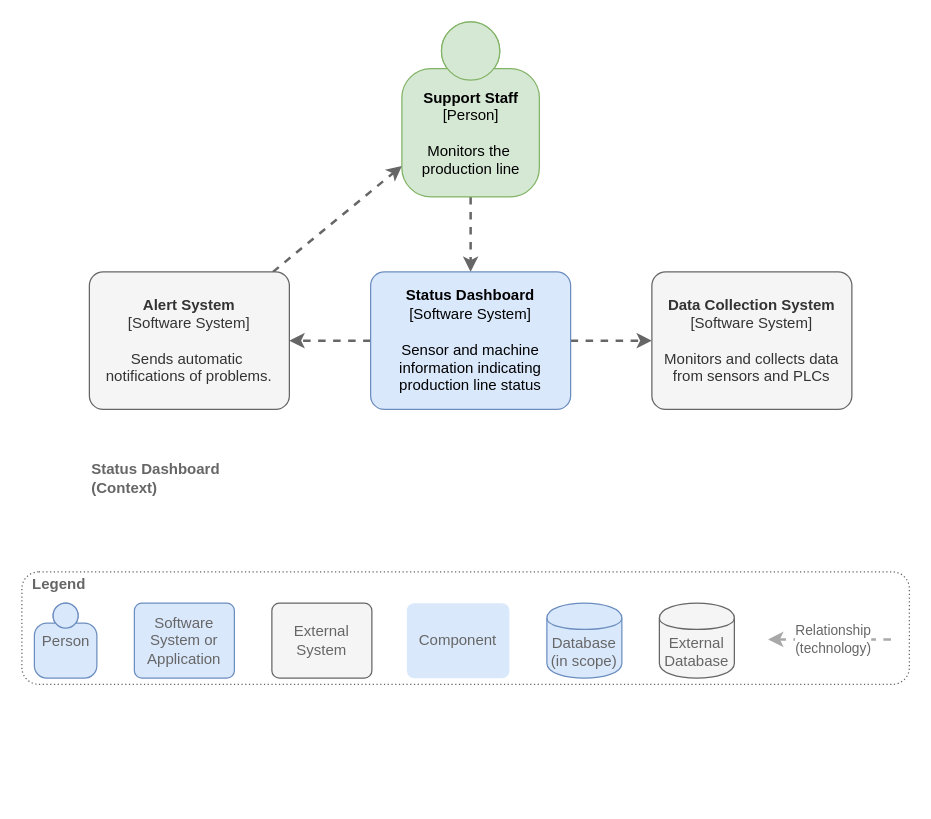
Above: page "C4 Context" (1 of 4) of blog/C4.drawio in jgraph/drawio-diagrams (draw.io), before the change. Source tidied: cells renumbered, new cells numbered last; positions are measured from the earlier drawing's top-left corner, leaving out a move shared by most shapes. Both pictures are drawn from the tidied source at 125%, with x=0, y=0 at pixel (21, 21).
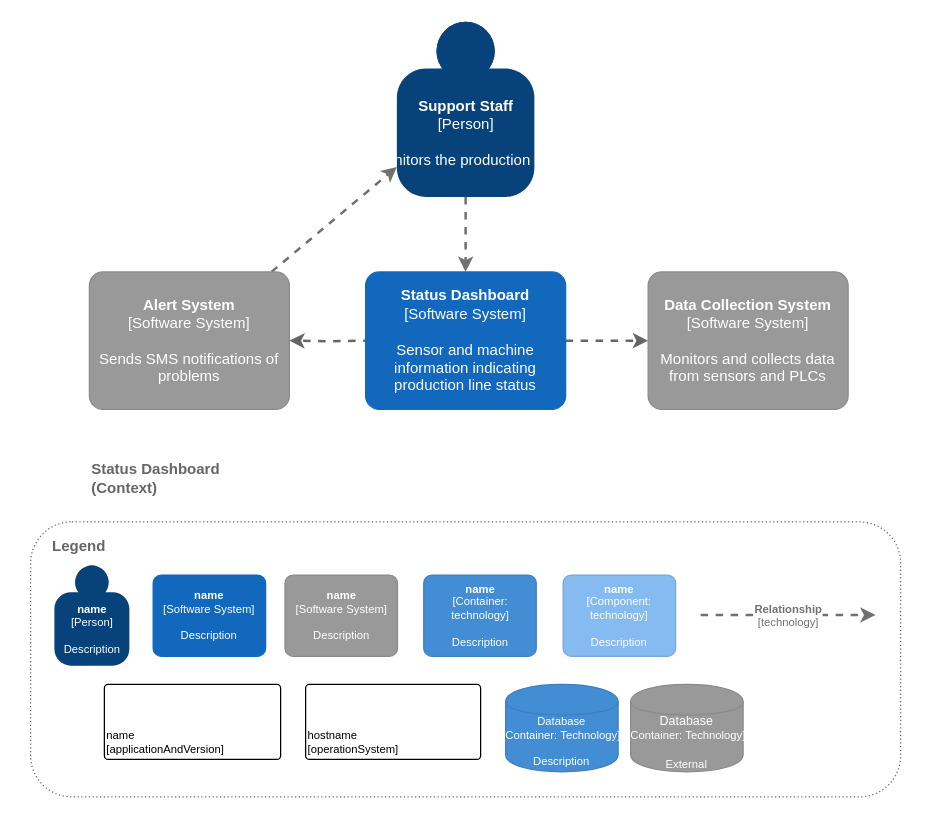
The same diagram, later.

Diff of the diagram source:
```diff
@@
+    <mxCell id="4" style="edgeStyle=orthogonalEdgeStyle;rounded=0;jettySize=auto;html=1;dashed=1;strokeWidth=2;fillColor=#f5f5f5;strokeColor=#666666;" parent="1" edge="1" target="22">
+      <mxGeometry relative="1" as="geometry">
+        <mxPoint x="279" y="255" as="sourcePoint" />
+      </mxGeometry>
+    </mxCell>
+    <mxCell id="5" style="edgeStyle=none;rounded=0;jettySize=auto;html=1;dashed=1;strokeColor=#666666;strokeWidth=2;fillColor=#f5f5f5;" parent="1" edge="1" source="6" target="9">
+      <mxGeometry relative="1" as="geometry" />
+    </mxCell>
+    <mxCell id="21" style="edgeStyle=none;rounded=0;jettySize=auto;html=1;dashed=1;strokeColor=#707070;strokeWidth=2;fontColor=#707070;" parent="1" edge="1" source="22" target="3">
+      <mxGeometry relative="1" as="geometry" />
+    </mxCell>
+    <mxCell id="10" value="&lt;b&gt;Status Dashboard&lt;br&gt;(Context)&lt;/b&gt;" style="text;html=1;align=left;verticalAlign=middle;fontColor=#666666;" parent="1" vertex="1">
+      <mxGeometry x="54" y="350" width="120" height="30" as="geometry" />
+    </mxCell>
-    <mxCell id="2" style="edgeStyle=orthogonalEdgeStyle;rounded=0;jettySize=auto;html=1;dashed=1;strokeColor=#666666;strokeWidth=2;fillColor=#f5f5f5;" parent="1" edge="1" source="3" target="6">
+    <mxCell id="2" style="edgeStyle=none;rounded=0;jettySize=auto;html=1;dashed=1;strokeColor=#707070;strokeWidth=2;fontColor=#707070;" parent="1" edge="1" source="3" target="6">
       <mxGeometry relative="1" as="geometry" />
     </mxCell>
-    <mxCell id="3" value="&lt;b&gt;Support Staff&lt;/b&gt;&lt;br&gt;&lt;div&gt;[Person]&lt;/div&gt;&lt;br&gt;&lt;div&gt;Monitors the&amp;nbsp;&lt;/div&gt;&lt;div&gt;production line&lt;/div&gt;" style="html=1;dashed=0;whitespace=wrap;fillColor=#d5e8d4;strokeColor=#82b366;shape=mxgraph.c4.person;align=center;points=[[0.5,0,0],[1,0.5,0],[1,0.75,0],[0.75,1,0],[0.5,1,0],[0.25,1,0],[0,0.75,0],[0,0.5,0]];" parent="1" vertex="1">
-      <mxGeometry x="304" width="110" height="140" as="geometry" />
-    </mxCell>
+    <object id="3" label="&lt;b&gt;%c4Name%&lt;/b&gt;&lt;div&gt;[%c4Type%]&lt;/div&gt;&lt;br&gt;&lt;div&gt;%c4Description%&lt;/div&gt;" c4Description="Monitors the production line" c4Name="Support Staff" c4Type="Person" placeholders="1">
+      <mxCell style="html=1;dashed=0;whitespace=wrap;fillColor=#08427b;strokeColor=none;fontColor=#ffffff;shape=mxgraph.c4.person;align=center;points=[[0.5,0,0],[1,0.5,0],[1,0.75,0],[0.75,1,0],[0.5,1,0],[0.25,1,0],[0,0.75,0],[0,0.5,0]];metaData={&quot;c4Type&quot;:{&quot;editable&quot;:false}};" parent="1" vertex="1">
+        <mxGeometry x="300" width="110" height="140" as="geometry" />
+      </mxCell>
+    </object>
-    <mxCell id="4" style="edgeStyle=orthogonalEdgeStyle;rounded=0;jettySize=auto;html=1;dashed=1;strokeWidth=2;fillColor=#f5f5f5;strokeColor=#666666;" parent="1" edge="1" source="6" target="8">
-      <mxGeometry relative="1" as="geometry" />
-    </mxCell>
-    <mxCell id="5" style="edgeStyle=none;rounded=0;jettySize=auto;html=1;dashed=1;strokeColor=#666666;strokeWidth=2;fillColor=#f5f5f5;" parent="1" edge="1" source="6" target="9">
-      <mxGeometry relative="1" as="geometry" />
-    </mxCell>
+    <object id="22" label="&lt;b&gt;%c4Name%&lt;/b&gt;&lt;div&gt;[%c4Type%]&lt;/div&gt;&lt;br&gt;&lt;div&gt;%c4Description%&lt;/div&gt;" c4Description="Sends SMS notifications of problems" c4Name="Alert System" c4Type="Software System" placeholders="1">
+      <mxCell style="rounded=1;whiteSpace=wrap;html=1;labelBackgroundColor=none;fillColor=#999999;fontColor=#ffffff;align=center;arcSize=10;strokeColor=#8A8A8A;metaData={&quot;c4Type&quot;:{&quot;editable&quot;:false}};points=[[0.25,0,0],[0.5,0,0],[0.75,0,0],[1,0.25,0],[1,0.5,0],[1,0.75,0],[0.75,1,0],[0.5,1,0],[0.25,1,0],[0,0.75,0],[0,0.5,0],[0,0.25,0]];" parent="1" vertex="1">
+        <mxGeometry x="54" y="200" width="160" height="110" as="geometry" />
+      </mxCell>
+    </object>
-    <mxCell id="6" value="&lt;b&gt;Status Dashboard&lt;/b&gt;&lt;div&gt;[Software System]&lt;/div&gt;&lt;br&gt;&lt;div&gt;Sensor and machine information indicating production line status&lt;/div&gt;" style="rounded=1;whiteSpace=wrap;html=1;labelBackgroundColor=none;fillColor=#dae8fc;align=center;arcSize=10;strokeColor=#6c8ebf;points=[[0.25,0,0],[0.5,0,0],[0.75,0,0],[1,0.25,0],[1,0.5,0],[1,0.75,0],[0.75,1,0],[0.5,1,0],[0.25,1,0],[0,0.75,0],[0,0.5,0],[0,0.25,0]];" parent="1" vertex="1">
-      <mxGeometry x="279" y="200" width="160" height="110" as="geometry" />
-    </mxCell>
+    <object id="6" label="&lt;b&gt;%c4Name%&lt;/b&gt;&lt;div&gt;[%c4Type%]&lt;/div&gt;&lt;br&gt;&lt;div&gt;%c4Description%&lt;/div&gt;" c4Description="Sensor and machine information indicating production line status" c4Name="Status Dashboard" c4Type="Software System" placeholders="1">
+      <mxCell style="rounded=1;whiteSpace=wrap;html=1;labelBackgroundColor=none;fillColor=#1168BD;fontColor=#ffffff;align=center;arcSize=10;strokeColor=#1168BD;metaData={&quot;c4Type&quot;:{&quot;editable&quot;:false}};points=[[0.25,0,0],[0.5,0,0],[0.75,0,0],[1,0.25,0],[1,0.5,0],[1,0.75,0],[0.75,1,0],[0.5,1,0],[0.25,1,0],[0,0.75,0],[0,0.5,0],[0,0.25,0]];" parent="1" vertex="1">
+        <mxGeometry x="275" y="200" width="160" height="110" as="geometry" />
+      </mxCell>
+    </object>
-    <mxCell id="7" style="rounded=0;jettySize=auto;html=1;dashed=1;strokeColor=#666666;strokeWidth=2;fillColor=#f5f5f5;" parent="1" edge="1" source="8" target="3">
-      <mxGeometry relative="1" as="geometry" />
-    </mxCell>
-    <mxCell id="8" value="&lt;b&gt;Alert System&lt;/b&gt;&lt;div&gt;[Software System]&lt;/div&gt;&lt;br&gt;&lt;div&gt;Sends automatic&amp;nbsp;&lt;/div&gt;&lt;div&gt;notifications of problems.&lt;/div&gt;" style="rounded=1;whiteSpace=wrap;html=1;labelBackgroundColor=none;fillColor=#f5f5f5;fontColor=#333333;align=center;arcSize=10;strokeColor=#666666;points=[[0.25,0,0],[0.5,0,0],[0.75,0,0],[1,0.25,0],[1,0.5,0],[1,0.75,0],[0.75,1,0],[0.5,1,0],[0.25,1,0],[0,0.75,0],[0,0.5,0],[0,0.25,0]];" parent="1" vertex="1">
-      <mxGeometry x="54" y="200" width="160" height="110" as="geometry" />
-    </mxCell>
-    <mxCell id="9" value="&lt;b&gt;Data Collection System&lt;/b&gt;&lt;br&gt;&lt;div&gt;[Software System]&lt;/div&gt;&lt;br&gt;&lt;div&gt;Monitors and collects data from sensors and PLCs&lt;/div&gt;" style="rounded=1;whiteSpace=wrap;html=1;labelBackgroundColor=none;fillColor=#f5f5f5;fontColor=#333333;align=center;arcSize=10;strokeColor=#666666;points=[[0.25,0,0],[0.5,0,0],[0.75,0,0],[1,0.25,0],[1,0.5,0],[1,0.75,0],[0.75,1,0],[0.5,1,0],[0.25,1,0],[0,0.75,0],[0,0.5,0],[0,0.25,0]];" parent="1" vertex="1">
-      <mxGeometry x="504" y="200" width="160" height="110" as="geometry" />
-    </mxCell>
+    <object id="9" label="&lt;b&gt;%c4Name%&lt;/b&gt;&lt;div&gt;[%c4Type%]&lt;/div&gt;&lt;br&gt;&lt;div&gt;%c4Description%&lt;/div&gt;" c4Description="Monitors and collects data from sensors and PLCs" c4Name="Data Collection System" c4Type="Software System" placeholders="1">
+      <mxCell style="rounded=1;whiteSpace=wrap;html=1;labelBackgroundColor=none;fillColor=#999999;fontColor=#ffffff;align=center;arcSize=10;strokeColor=#8A8A8A;metaData={&quot;c4Type&quot;:{&quot;editable&quot;:false}};points=[[0.25,0,0],[0.5,0,0],[0.75,0,0],[1,0.25,0],[1,0.5,0],[1,0.75,0],[0.75,1,0],[0.5,1,0],[0.25,1,0],[0,0.75,0],[0,0.5,0],[0,0.25,0]];" parent="1" vertex="1">
+        <mxGeometry x="501" y="200" width="160" height="110" as="geometry" />
+      </mxCell>
+    </object>
-    <mxCell id="10" value="&lt;b&gt;Status Dashboard&lt;br&gt;(Context)&lt;/b&gt;" style="text;html=1;align=left;verticalAlign=middle;fontColor=#666666;" parent="1" vertex="1">
-      <mxGeometry x="54" y="350" width="120" height="30" as="geometry" />
-    </mxCell>
-    <mxCell id="11" style="group;" parent="1" vertex="1">
-      <mxGeometry y="440" width="710" height="90" as="geometry" />
-    </mxCell>
-    <mxCell id="12" style="rounded=1;whiteSpace=wrap;html=1;fillColor=none;strokeColor=#666666;dashed=1;dashPattern=1 2;fontColor=#666666;" parent="11" vertex="1">
-      <mxGeometry width="710" height="90" as="geometry" />
-    </mxCell>
-    <mxCell id="13" value="&lt;br&gt;&lt;div&gt;Person&lt;/div&gt;&lt;br&gt;&lt;div&gt;&lt;br&gt;&lt;/div&gt;" style="html=1;dashed=0;whitespace=wrap;fillColor=#DAE8FC;strokeColor=#6C8EBF;shape=mxgraph.c4.person;align=center;fontColor=#666666;" parent="11" vertex="1">
-      <mxGeometry x="10" y="25" width="50" height="60" as="geometry" />
-    </mxCell>
-    <mxCell id="14" value="Software System or Application" style="rounded=1;whiteSpace=wrap;html=1;labelBackgroundColor=none;fillColor=#dae8fc;align=center;arcSize=10;strokeColor=#6c8ebf;fontColor=#666666;" parent="11" vertex="1">
-      <mxGeometry x="90" y="25" width="80" height="60" as="geometry" />
-    </mxCell>
-    <mxCell id="15" value="External System" style="rounded=1;whiteSpace=wrap;html=1;labelBackgroundColor=none;fillColor=#f5f5f5;align=center;arcSize=10;strokeColor=#666666;fontColor=#666666;" parent="11" vertex="1">
-      <mxGeometry x="200" y="25" width="80" height="60" as="geometry" />
-    </mxCell>
-    <mxCell id="16" value="Component" style="rounded=1;whiteSpace=wrap;html=1;labelBackgroundColor=none;fillColor=#dae8fc;align=center;arcSize=10;strokeColor=none;fontColor=#666666;" parent="11" vertex="1">
-      <mxGeometry x="308" y="25" width="82" height="60" as="geometry" />
-    </mxCell>
-    <mxCell id="17" value="Database&lt;br&gt;(in scope)" style="shape=cylinder;whiteSpace=wrap;html=1;boundedLbl=1;rounded=0;labelBackgroundColor=none;fillColor=#dae8fc;fontSize=12;align=center;strokeColor=#6c8ebf;fontColor=#666666;" parent="11" vertex="1">
-      <mxGeometry x="420" y="25" width="60" height="60" as="geometry" />
-    </mxCell>
-    <mxCell id="18" value="External Database" style="shape=cylinder;whiteSpace=wrap;html=1;boundedLbl=1;rounded=0;labelBackgroundColor=none;fillColor=#f5f5f5;fontSize=12;align=center;strokeColor=#666666;fontColor=#666666;" parent="11" vertex="1">
-      <mxGeometry x="510" y="25" width="60" height="60" as="geometry" />
-    </mxCell>
-    <mxCell id="19" value="&lt;div style=&quot;text-align: left&quot;&gt;&lt;div style=&quot;text-align: center&quot;&gt;Relationship&lt;/div&gt;&lt;div style=&quot;text-align: center&quot;&gt;(technology)&lt;/div&gt;&lt;/div&gt;" style="edgeStyle=none;rounded=0;html=1;jettySize=auto;orthogonalLoop=1;strokeColor=#A8A8A8;strokeWidth=2;jumpStyle=none;dashed=1;startArrow=classic;startFill=1;endArrow=none;endFill=0;fontColor=#666666;" parent="11" edge="1">
-      <mxGeometry relative="1" as="geometry">
-        <mxPoint x="597" y="54" as="sourcePoint" />
-        <mxPoint x="700" y="54" as="targetPoint" />
-      </mxGeometry>
-    </mxCell>
+    <mxCell id="23" style="group;" parent="1" vertex="1">
+      <mxGeometry x="7" y="400" width="696" height="220" as="geometry" />
+    </mxCell>
+    <mxCell id="24" style="rounded=1;whiteSpace=wrap;html=1;fillColor=none;strokeColor=#666666;dashed=1;dashPattern=1 2;fontColor=#666666;" parent="23" vertex="1">
+      <mxGeometry width="696" height="220" as="geometry" />
+    </mxCell>
-    <mxCell id="20" value="Legend" style="text;html=1;strokeColor=none;fillColor=none;align=center;verticalAlign=middle;whiteSpace=wrap;rounded=0;fontStyle=1;fontColor=#666666;" parent="11" vertex="1">
-      <mxGeometry x="10" width="40" height="20" as="geometry" />
+    <mxCell id="20" value="Legend" style="text;html=1;strokeColor=none;fillColor=none;align=center;verticalAlign=middle;whiteSpace=wrap;rounded=0;fontStyle=1;fontColor=#666666;" parent="23" vertex="1">
+      <mxGeometry x="19" y="10" width="40" height="20" as="geometry" />
     </mxCell>
+    <object id="25" label="&lt;b style=&quot;font-size: 9px;&quot;&gt;%c4Name%&lt;/b&gt;&lt;div style=&quot;font-size: 9px;&quot;&gt;[%c4Type%]&lt;/div&gt;&lt;br style=&quot;font-size: 9px;&quot;&gt;&lt;div style=&quot;font-size: 9px;&quot;&gt;%c4Description%&lt;/div&gt;" c4Description="Description" c4Name="name" c4Type="Person" placeholders="1">
+      <mxCell style="html=1;dashed=0;whitespace=wrap;fillColor=#08427b;strokeColor=none;fontColor=#ffffff;shape=mxgraph.c4.person;align=center;metaData={&quot;c4Type&quot;:{&quot;editable&quot;:false}};fontSize=9;" parent="23" vertex="1">
+        <mxGeometry x="19" y="35" width="60" height="80" as="geometry" />
+      </mxCell>
+    </object>
+    <object id="26" label="&lt;b style=&quot;font-size: 9px;&quot;&gt;%c4Name%&lt;/b&gt;&lt;div style=&quot;font-size: 9px;&quot;&gt;[%c4Type%]&lt;/div&gt;&lt;br style=&quot;font-size: 9px;&quot;&gt;&lt;div style=&quot;font-size: 9px;&quot;&gt;%c4Description%&lt;/div&gt;" c4Description="Description" c4Name="name" c4Type="Software System" placeholders="1">
+      <mxCell style="rounded=1;whiteSpace=wrap;html=1;labelBackgroundColor=none;fillColor=#1168BD;fontColor=#ffffff;align=center;arcSize=10;strokeColor=#1168BD;metaData={&quot;c4Type&quot;:{&quot;editable&quot;:false}};fontSize=9;" parent="23" vertex="1">
+        <mxGeometry x="98" y="42.5" width="90" height="65" as="geometry" />
+      </mxCell>
+    </object>
+    <object id="27" label="&lt;b style=&quot;font-size: 9px;&quot;&gt;%c4Name%&lt;/b&gt;&lt;div style=&quot;font-size: 9px;&quot;&gt;[%c4Type%]&lt;/div&gt;&lt;br style=&quot;font-size: 9px;&quot;&gt;&lt;div style=&quot;font-size: 9px;&quot;&gt;%c4Description%&lt;/div&gt;" c4Description="Description" c4Name="name" c4Type="Software System" placeholders="1">
+      <mxCell style="rounded=1;whiteSpace=wrap;html=1;labelBackgroundColor=none;fillColor=#999999;fontColor=#ffffff;align=center;arcSize=10;strokeColor=#8A8A8A;metaData={&quot;c4Type&quot;:{&quot;editable&quot;:false}};fontSize=9;" parent="23" vertex="1">
+        <mxGeometry x="203.5" y="42.5" width="90" height="65" as="geometry" />
+      </mxCell>
+    </object>
+    <object id="28" label="&lt;b style=&quot;font-size: 9px;&quot;&gt;%c4Name%&lt;/b&gt;&lt;div style=&quot;font-size: 9px;&quot;&gt;[%c4Type%: %c4Technology%]&lt;/div&gt;&lt;br style=&quot;font-size: 9px;&quot;&gt;&lt;div style=&quot;font-size: 9px;&quot;&gt;%c4Description%&lt;/div&gt;" c4Description="Description" c4Name="name" c4Technology="technology" c4Type="Component" placeholders="1">
+      <mxCell style="rounded=1;whiteSpace=wrap;html=1;labelBackgroundColor=none;fillColor=#85BBF0;fontColor=#ffffff;align=center;arcSize=10;strokeColor=#78A8D8;metaData={&quot;c4Type&quot;:{&quot;editable&quot;:false}};fontSize=9;" parent="23" vertex="1">
+        <mxGeometry x="426" y="42.5" width="90" height="65" as="geometry" />
+      </mxCell>
+    </object>
+    <object id="29" label="&lt;b style=&quot;font-size: 9px;&quot;&gt;%c4Name%&lt;/b&gt;&lt;div style=&quot;font-size: 9px;&quot;&gt;[%c4Type%: %c4Technology%]&lt;/div&gt;&lt;br style=&quot;font-size: 9px;&quot;&gt;&lt;div style=&quot;font-size: 9px;&quot;&gt;%c4Description%&lt;/div&gt;" c4Description="Description" c4Name="name" c4Technology="technology" c4Type="Container" placeholders="1">
+      <mxCell style="rounded=1;whiteSpace=wrap;html=1;labelBackgroundColor=none;fillColor=#438DD5;fontColor=#ffffff;align=center;arcSize=10;strokeColor=#3C7FC0;metaData={&quot;c4Type&quot;:{&quot;editable&quot;:false}};fontSize=9;" parent="23" vertex="1">
+        <mxGeometry x="314.5" y="42.5" width="90" height="65" as="geometry" />
+      </mxCell>
+    </object>
+    <object id="30" label="&lt;div style=&quot;text-align: left; font-size: 9px;&quot;&gt;%c4Name%&lt;/div&gt;&lt;div style=&quot;text-align: left; font-size: 9px;&quot;&gt;[%c4Application%]&lt;/div&gt;" c4Application="applicationAndVersion" c4Name="name" placeholders="1">
+      <mxCell style="rounded=1;whiteSpace=wrap;html=1;labelBackgroundColor=none;fillColor=#ffffff;fontColor=#000000;align=left;arcSize=5;strokeColor=#000000;verticalAlign=bottom;metaData={&quot;c4Type&quot;:{&quot;editable&quot;:false}};fontSize=9;" parent="23" vertex="1">
+        <mxGeometry x="59" y="130" width="141" height="60" as="geometry" />
+      </mxCell>
+    </object>
+    <object id="31" label="&lt;div style=&quot;text-align: left; font-size: 9px;&quot;&gt;%c4Name%&lt;/div&gt;&lt;div style=&quot;text-align: left; font-size: 9px;&quot;&gt;[%c4OperationSystem%]&lt;/div&gt;&lt;div style=&quot;text-align: right; font-size: 9px;&quot;&gt;%c4ScalingFactor%&lt;/div&gt;" c4Name="hostname" c4OperationSystem="operationSystem" c4ScalingFactor="" placeholders="1">
+      <mxCell style="rounded=1;whiteSpace=wrap;html=1;labelBackgroundColor=none;fillColor=#ffffff;fontColor=#000000;align=left;arcSize=5;strokeColor=#000000;verticalAlign=bottom;metaData={&quot;c4Type&quot;:{&quot;editable&quot;:false}};fontSize=9;" parent="23" vertex="1">
+        <mxGeometry x="220" y="130" width="140" height="60" as="geometry" />
+      </mxCell>
+    </object>
+    <object id="32" label="%c4Type%&lt;div style=&quot;font-size: 9px;&quot;&gt;[Container:&amp;nbsp;%c4Technology%]&lt;/div&gt;&lt;br style=&quot;font-size: 9px;&quot;&gt;&lt;div style=&quot;font-size: 9px;&quot;&gt;%c4Description%&lt;/div&gt;" c4Description="Description" c4Technology="Technology" c4Type="Database" placeholders="1">
+      <mxCell style="shape=cylinder;whiteSpace=wrap;html=1;boundedLbl=1;rounded=0;labelBackgroundColor=none;fillColor=#438DD5;fontSize=9;fontColor=#ffffff;align=center;strokeColor=#3C7FC0;metaData={&quot;c4Type&quot;:{&quot;editable&quot;:false}};" parent="23" vertex="1">
+        <mxGeometry x="380" y="130" width="90" height="70" as="geometry" />
+      </mxCell>
+    </object>
+    <object id="33" label="%c4Type%&lt;div style=&quot;font-size: 9px;&quot;&gt;[Container:&amp;nbsp;%c4Technology%]&lt;/div&gt;&lt;br style=&quot;font-size: 9px;&quot;&gt;&lt;div style=&quot;font-size: 9px;&quot;&gt;%c4Description%&lt;/div&gt;" c4Description="External" c4Technology="Technology" c4Type="Database" placeholders="1">
+      <mxCell style="shape=cylinder;whiteSpace=wrap;html=1;boundedLbl=1;rounded=1;labelBackgroundColor=none;fillColor=#999999;fontSize=10;fontColor=#ffffff;align=center;strokeColor=#8A8A8A;metaData={&quot;c4Type&quot;:{&quot;editable&quot;:false}};arcSize=10;" parent="23" vertex="1">
+        <mxGeometry x="480" y="130" width="90" height="70" as="geometry" />
+      </mxCell>
+    </object>
+    <object id="34" label="&lt;div style=&quot;text-align: left; font-size: 9px;&quot;&gt;&lt;div style=&quot;text-align: center; font-size: 9px;&quot;&gt;&lt;b style=&quot;font-size: 9px;&quot;&gt;%c4Description%&lt;/b&gt;&lt;/div&gt;&lt;div style=&quot;text-align: center; font-size: 9px;&quot;&gt;[%c4Technology%]&lt;/div&gt;&lt;/div&gt;" c4Description="Relationship" c4Technology="technology" placeholders="1">
+      <mxCell style="edgeStyle=none;rounded=0;html=1;jettySize=auto;orthogonalLoop=1;strokeColor=#707070;strokeWidth=2;fontColor=#707070;jumpStyle=none;dashed=1;metaData={&quot;c4Type&quot;:{&quot;editable&quot;:false}};fontSize=9;" parent="23" edge="1">
+        <mxGeometry relative="1" as="geometry">
+          <mxPoint x="536" y="74.5" as="sourcePoint" />
+          <mxPoint x="676" y="74.5" as="targetPoint" />
+        </mxGeometry>
+      </mxCell>
+    </object>
```
